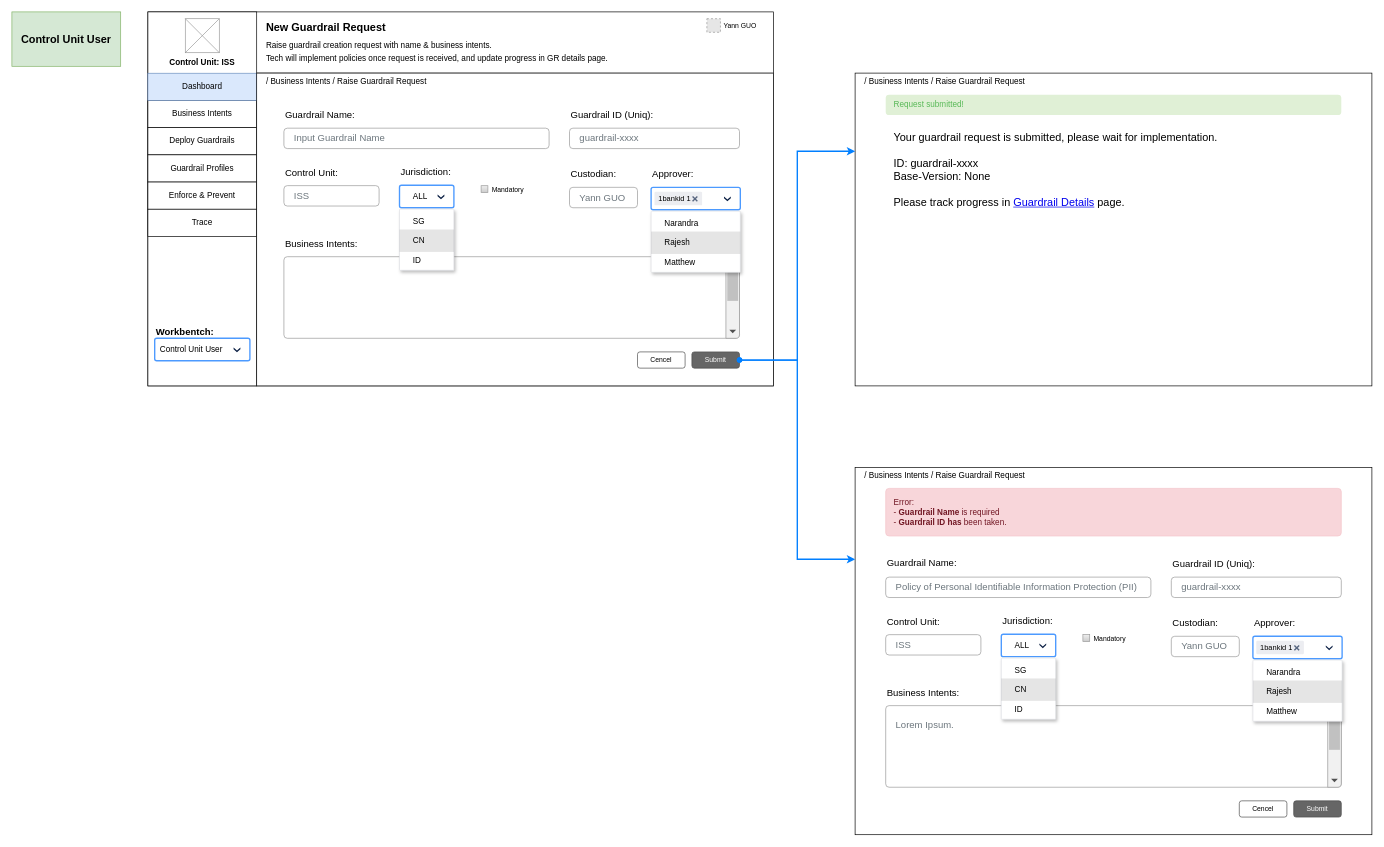
The draw.io diagram page "CUU-GR-Request" (3 of 21) of NMGR.drawio in thinker-g/fx-drive, before the edit. Source tidied: cells renumbered, new cells numbered last; positions are measured from the earlier drawing's top-left corner, leaving out a move shared by most shapes. Both pictures are drawn from the tidied source at 68%, with x=0, y=0 at pixel (12, 12). Pictures stored in the file or linked from it are replaced by grey dashed boxes.
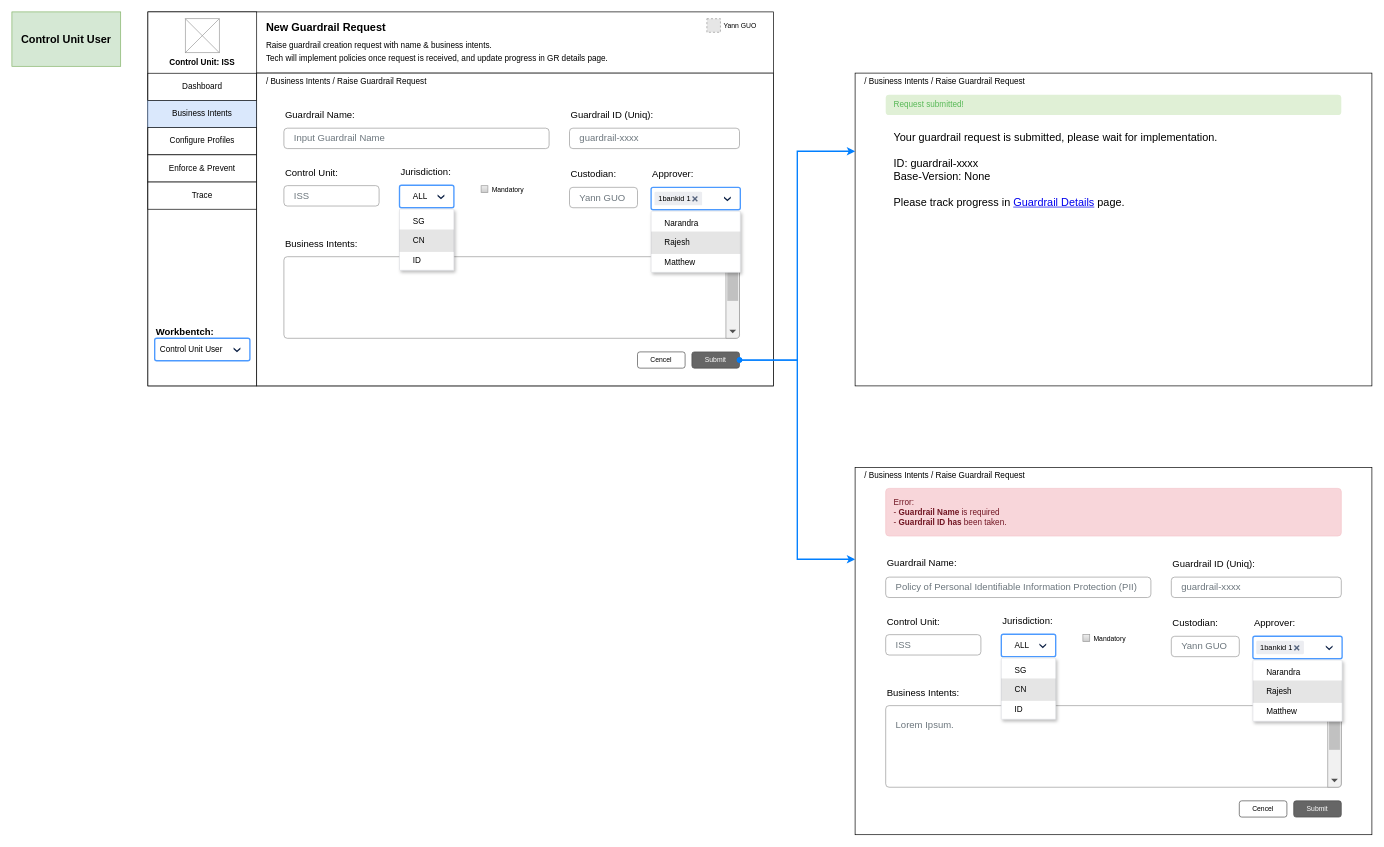
Above is the later version.

The edit, as a diff of the source:
```diff
@@
-    <mxCell id="6" value="Business Intents" style="rounded=0;whiteSpace=wrap;html=1;" parent="1" vertex="1">
+    <mxCell id="6" value="Business Intents" style="rounded=0;whiteSpace=wrap;html=1;fillColor=#dae8fc;strokeColor=#6c8ebf;" parent="1" vertex="1">
       <mxGeometry x="200" y="130.2" width="160" height="40" as="geometry" />
     </mxCell>
-    <mxCell id="7" value="Deploy Guardrails" style="rounded=0;whiteSpace=wrap;html=1;" parent="1" vertex="1">
-      <mxGeometry x="200" y="170.2" width="160" height="40" as="geometry" />
-    </mxCell>
-    <mxCell id="8" value="Guardrail Profiles" style="rounded=0;whiteSpace=wrap;html=1;" parent="1" vertex="1">
-      <mxGeometry x="200" y="210.2" width="160" height="40" as="geometry" />
+    <mxCell id="8" value="Configure Profiles" style="rounded=0;whiteSpace=wrap;html=1;" parent="1" vertex="1">
+      <mxGeometry x="200" y="170.2" width="160" height="40" as="geometry" />
     </mxCell>
     <mxCell id="9" value="Enforce &amp;amp; Prevent" style="rounded=0;whiteSpace=wrap;html=1;" parent="1" vertex="1">
-      <mxGeometry x="200" y="250.2" width="160" height="40" as="geometry" />
+      <mxGeometry x="200" y="210.2" width="160" height="40" as="geometry" />
     </mxCell>
-    <mxCell id="10" value="Dashboard" style="rounded=0;whiteSpace=wrap;html=1;fillColor=#dae8fc;strokeColor=#6c8ebf;" parent="1" vertex="1">
+    <mxCell id="10" value="Dashboard" style="rounded=0;whiteSpace=wrap;html=1;" parent="1" vertex="1">
       <mxGeometry x="200" y="90.2" width="160" height="40" as="geometry" />
     </mxCell>
     <mxCell id="11" value="Trace" style="rounded=0;whiteSpace=wrap;html=1;" parent="1" vertex="1">
-      <mxGeometry x="200" y="290.2" width="160" height="40" as="geometry" />
+      <mxGeometry x="200" y="250.2" width="160" height="40" as="geometry" />
     </mxCell>
```
